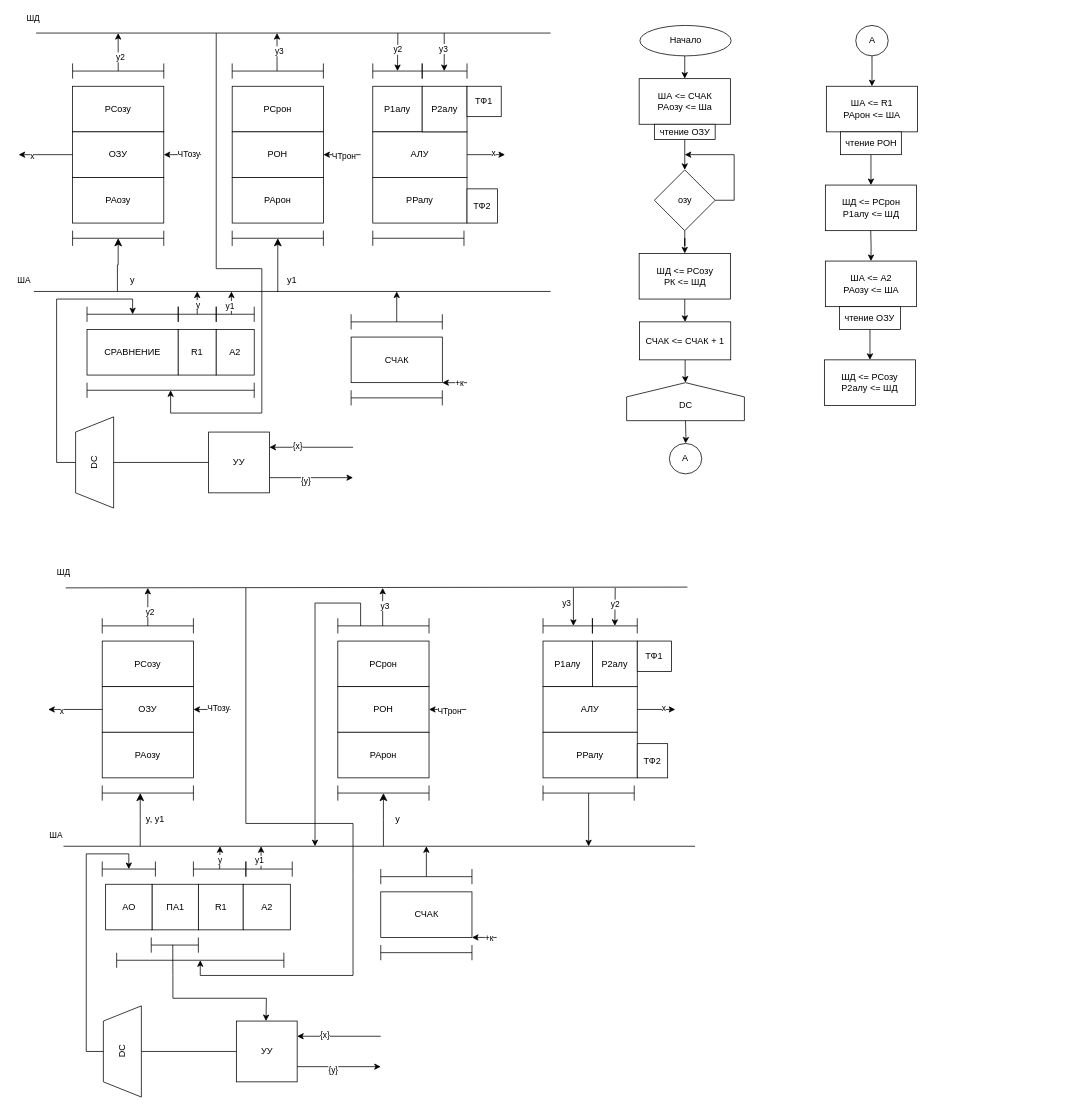
Idontlikeni/fourth_semestr keeps this draw.io diagram as Schematics/Untitled Diagram.drawio. Above is the earlier version. Source tidied: cells renumbered, new cells numbered last; positions are measured from the earlier drawing's top-left corner, leaving out a move shared by most shapes. Both pictures are drawn from the tidied source at 76%, with x=0, y=0 at pixel (18, 25).
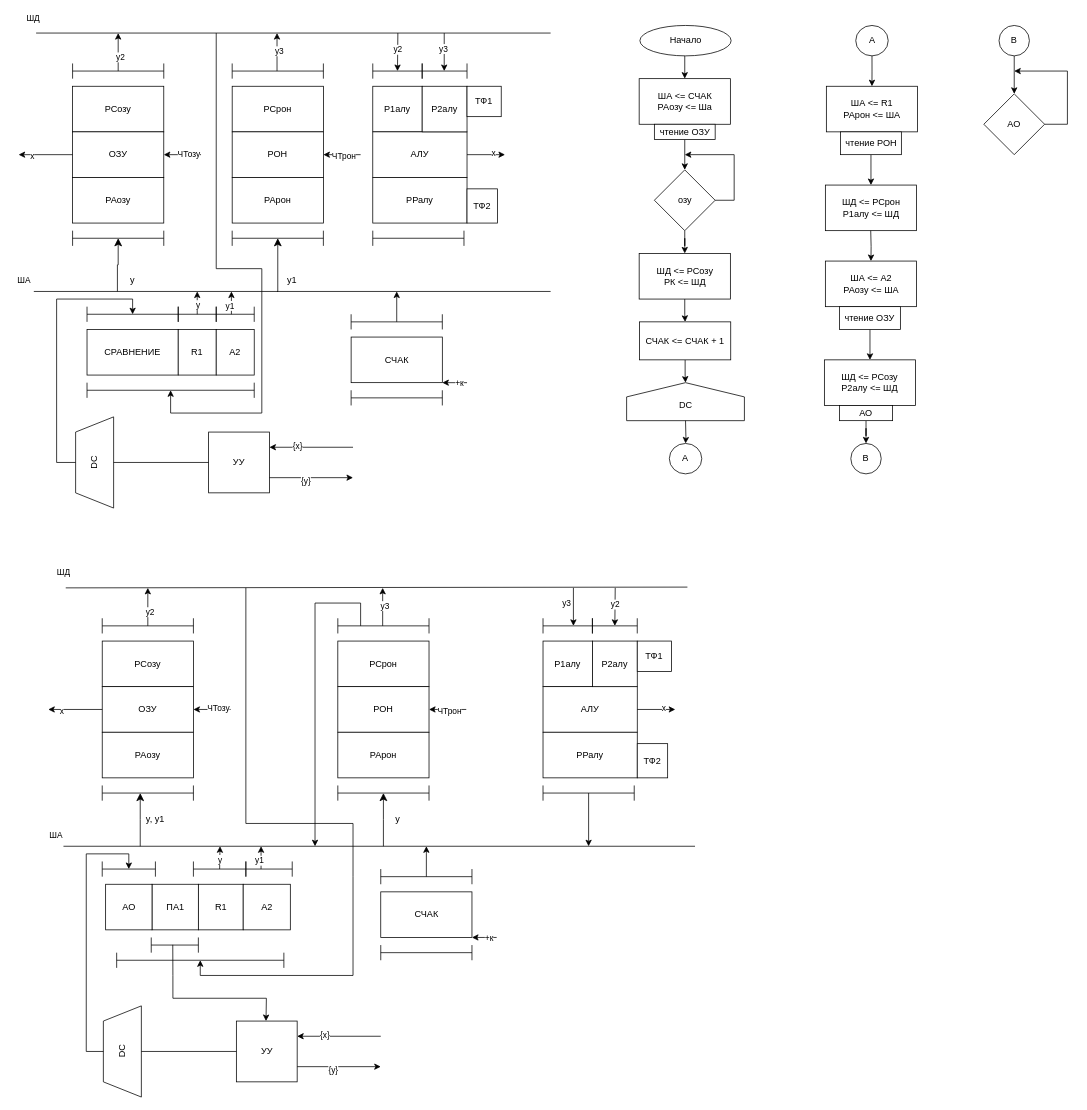
The same page after the edit.

What changed in the source:
```diff
@@
+    <mxCell id="172" style="edgeStyle=orthogonalEdgeStyle;rounded=0;jettySize=auto;html=1;" parent="1" edge="1" source="173" target="174">
+      <mxGeometry relative="1" as="geometry" />
+    </mxCell>
+    <mxCell id="173" value="АО" style="rounded=0;whiteSpace=wrap;html=1;" parent="1" vertex="1">
+      <mxGeometry x="1080" y="500" width="70" height="20" as="geometry" />
+    </mxCell>
+    <mxCell id="174" value="B" style="ellipse;whiteSpace=wrap;html=1;rounded=0;" parent="1" vertex="1">
+      <mxGeometry x="1095" y="550" width="40" height="40" as="geometry" />
+    </mxCell>
+    <mxCell id="175" style="edgeStyle=orthogonalEdgeStyle;rounded=0;jettySize=auto;html=1;" parent="1" edge="1" source="176" target="177">
+      <mxGeometry relative="1" as="geometry" />
+    </mxCell>
+    <mxCell id="176" value="B" style="ellipse;whiteSpace=wrap;html=1;rounded=0;" parent="1" vertex="1">
+      <mxGeometry x="1290" width="40" height="40" as="geometry" />
+    </mxCell>
+    <mxCell id="177" value="АО" style="rhombus;whiteSpace=wrap;html=1;rounded=0;" parent="1" vertex="1">
+      <mxGeometry x="1270" y="90" width="80" height="80" as="geometry" />
+    </mxCell>
+    <mxCell id="178" style="endArrow=classic;html=1;rounded=0;exitX=1;exitY=0.5;exitDx=0;exitDy=0;" parent="1" edge="1" source="177">
+      <mxGeometry relative="1" as="geometry">
+        <mxPoint x="1310" y="60" as="targetPoint" />
+        <Array as="points">
+          <mxPoint x="1380" y="130" />
+          <mxPoint x="1380" y="60" />
+        </Array>
+      </mxGeometry>
+    </mxCell>
```
